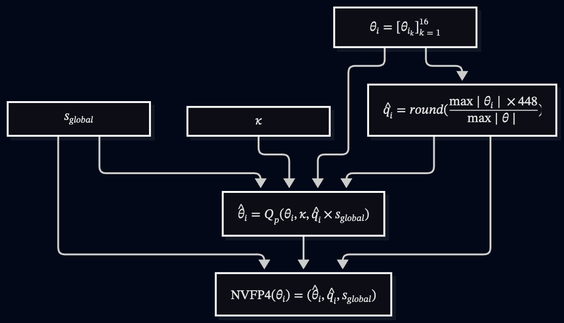
Earlier version of the Mermaid export assets/2026-11-13/extended-cdl.png (FelysNeko/cdl). Its source is kept beside it as assets/2026-11-13/extended-cdl.mermaid. The source it was exported from:
```mermaid
flowchart TD
    theta["$$ \theta_i = [\theta_{i_k}]_{k=1}^{16} $$"]
    kappa["$$ \kappa $$"]
    s["$$ s_{global} $$"]
    q_hat["$$ \hat{q_i} = round(\frac{\max \lvert \theta_i \rvert \times 448}{\max \lvert \theta \rvert}) $$"]
    theta_hat["$$ \hat\theta_i = Q_p(\theta_i, \kappa, \hat{q_i} \times s_{global}) $$"]
    nvfp4["$$ \mathrm{NVFP4}(\theta_i) = (\hat\theta_i, \hat{q_i}, s_{global}) $$"]

    theta --> q_hat
    theta --> theta_hat
    kappa --> theta_hat
    q_hat --> theta_hat
    s --> theta_hat
    s --> nvfp4
    q_hat --> nvfp4
    theta_hat --> nvfp4
```
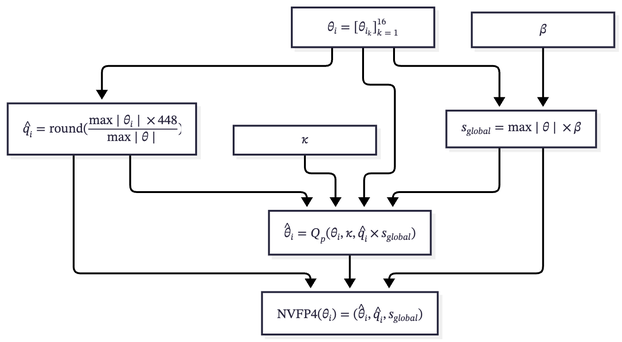
After the commit.

What changed in the source:
```diff
@@ -1,16 +1,19 @@
 flowchart TD
     theta["$$ \theta_i = [\theta_{i_k}]_{k=1}^{16} $$"]
     kappa["$$ \kappa $$"]
-    s["$$ s_{global} $$"]
-    q_hat["$$ \hat{q_i} = round(\frac{\max \lvert \theta_i \rvert \times 448}{\max \lvert \theta \rvert}) $$"]
+    beta["$$ \beta $$"]
+    s["$$ s_{global} = \max \lvert \theta \rvert \times \beta$$"]
+    q_hat["$$ \hat{q_i} = \mathrm{round}(\frac{\max \lvert \theta_i \rvert \times 448}{\max \lvert \theta \rvert}) $$"]
     theta_hat["$$ \hat\theta_i = Q_p(\theta_i, \kappa, \hat{q_i} \times s_{global}) $$"]
     nvfp4["$$ \mathrm{NVFP4}(\theta_i) = (\hat\theta_i, \hat{q_i}, s_{global}) $$"]
 
     theta --> q_hat
     theta --> theta_hat
     kappa --> theta_hat
-    q_hat --> theta_hat
+    theta --> s
+    beta --> s
     s --> theta_hat
     s --> nvfp4
+    q_hat --> theta_hat
     q_hat --> nvfp4
     theta_hat --> nvfp4
```
